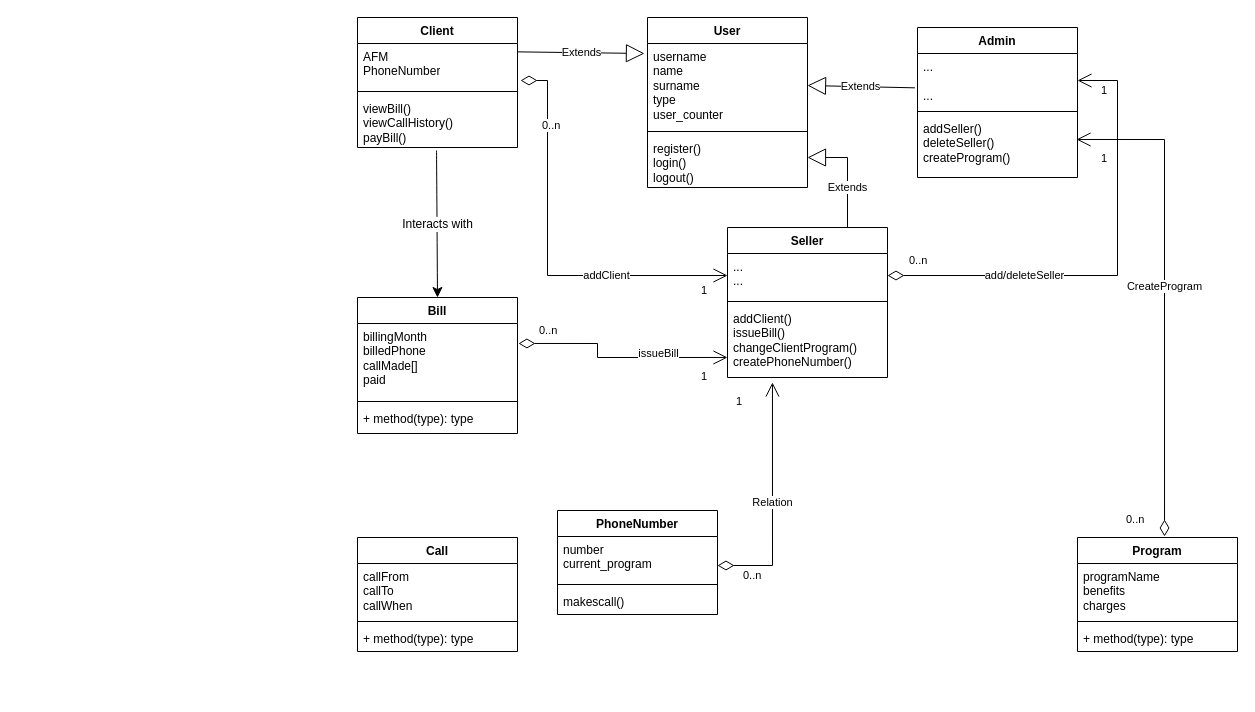
Earlier version of the draw.io diagram Diagram.drawio (dimitry-lzs/webProgramming). Source tidied: cells renumbered, new cells numbered last; positions are measured from the earlier drawing's top-left corner, leaving out a move shared by most shapes. Both pictures are drawn from the tidied source at 100%, with x=0, y=0 at pixel (357, 17).
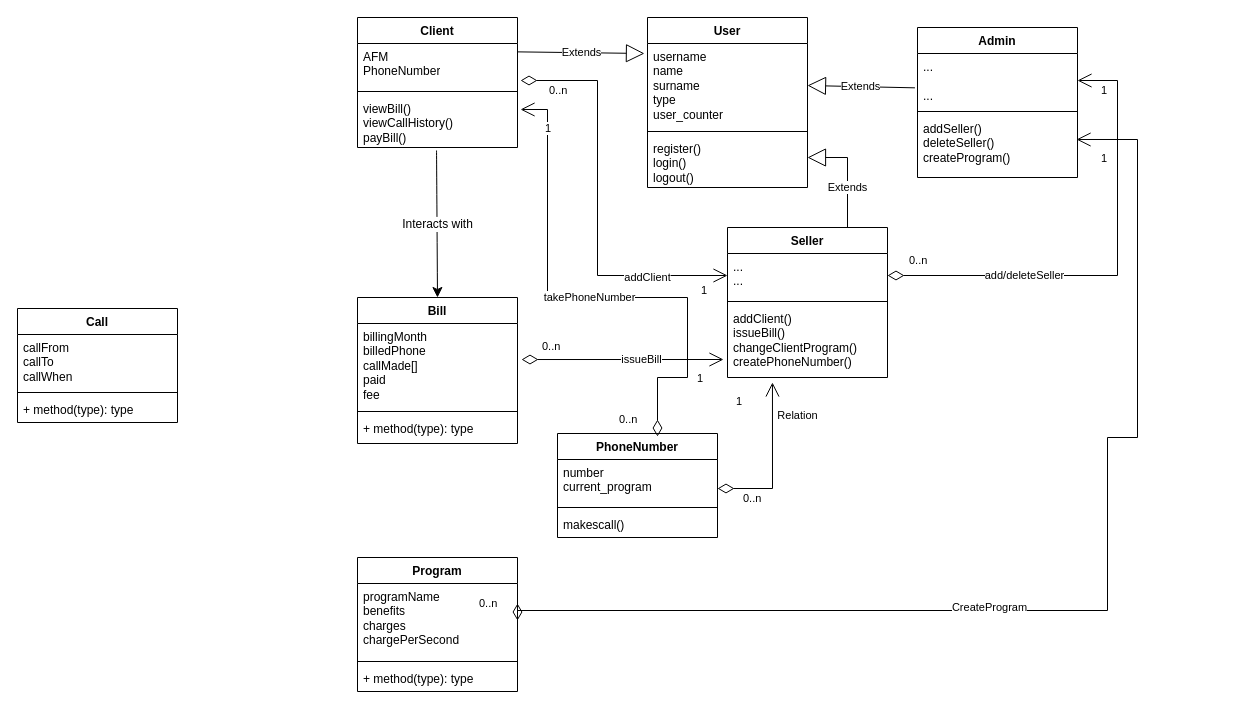
Above is the later version.

Unchanged cells that the change refers to:
```xml
<mxCell id="9" value="addSeller()&lt;div&gt;deleteSeller()&lt;/div&gt;&lt;div&gt;createProgram()&lt;/div&gt;" style="text;strokeColor=none;fillColor=none;align=left;verticalAlign=top;spacingLeft=4;spacingRight=4;overflow=hidden;points=[[0,0.5],[1,0.5]];portConstraint=eastwest;whiteSpace=wrap;html=1;" parent="6" vertex="1">
  <mxGeometry y="88" width="160" height="62" as="geometry" />
</mxCell>
<mxCell id="11" value="AFM&lt;div&gt;PhoneNumber&lt;/div&gt;&lt;div&gt;&lt;br&gt;&lt;/div&gt;" style="text;strokeColor=none;fillColor=none;align=left;verticalAlign=top;spacingLeft=4;spacingRight=4;overflow=hidden;points=[[0,0.5],[1,0.5]];portConstraint=eastwest;whiteSpace=wrap;html=1;" parent="10" vertex="1">
  <mxGeometry y="26" width="160" height="44" as="geometry" />
</mxCell>
<mxCell id="13" value="viewBill()&lt;div&gt;viewCallHistory()&lt;/div&gt;&lt;div&gt;payBill()&lt;/div&gt;" style="text;strokeColor=none;fillColor=none;align=left;verticalAlign=top;spacingLeft=4;spacingRight=4;overflow=hidden;points=[[0,0.5],[1,0.5]];portConstraint=eastwest;whiteSpace=wrap;html=1;" parent="10" vertex="1">
  <mxGeometry y="78" width="160" height="52" as="geometry" />
</mxCell>
<mxCell id="15" value="...&lt;div&gt;...&lt;/div&gt;" style="text;strokeColor=none;fillColor=none;align=left;verticalAlign=top;spacingLeft=4;spacingRight=4;overflow=hidden;points=[[0,0.5],[1,0.5]];portConstraint=eastwest;whiteSpace=wrap;html=1;" parent="14" vertex="1">
  <mxGeometry y="26" width="160" height="44" as="geometry" />
</mxCell>
<mxCell id="17" value="addClient()&lt;div&gt;issueBill()&lt;/div&gt;&lt;div&gt;changeClientProgram()&lt;br&gt;createPhoneNumber()&lt;/div&gt;&lt;div&gt;&lt;br&gt;&lt;/div&gt;" style="text;strokeColor=none;fillColor=none;align=left;verticalAlign=top;spacingLeft=4;spacingRight=4;overflow=hidden;points=[[0,0.5],[1,0.5]];portConstraint=eastwest;whiteSpace=wrap;html=1;" parent="14" vertex="1">
  <mxGeometry y="78" width="160" height="72" as="geometry" />
</mxCell>
<mxCell id="22" value="&lt;div&gt;number&lt;/div&gt;&lt;div&gt;current_program&lt;/div&gt;" style="text;strokeColor=none;fillColor=none;align=left;verticalAlign=top;spacingLeft=4;spacingRight=4;overflow=hidden;points=[[0,0.5],[1,0.5]];portConstraint=eastwest;whiteSpace=wrap;html=1;" parent="21" vertex="1">
  <mxGeometry y="26" width="160" height="44" as="geometry" />
</mxCell>
```

Change to the diagram source:
```diff
@@
     <mxCell id="21" value="PhoneNumber" style="swimlane;fontStyle=1;align=center;verticalAlign=top;horizontal=1;startSize=26;whiteSpace=wrap;html=1;" parent="1" vertex="1">
-      <mxGeometry x="200" y="493" width="160" height="104" as="geometry" />
+      <mxGeometry x="200" y="416" width="160" height="104" as="geometry" />
     </mxCell>
@@
     <mxCell id="25" value="Program" style="swimlane;fontStyle=1;align=center;verticalAlign=top;horizontal=1;startSize=26;whiteSpace=wrap;html=1;" parent="1" vertex="1">
-      <mxGeometry x="720" y="520" width="160" height="114" as="geometry" />
+      <mxGeometry y="540" width="160" height="134" as="geometry" />
     </mxCell>
-    <mxCell id="26" value="programName&lt;div&gt;benefits&lt;/div&gt;&lt;div&gt;charges&lt;/div&gt;" style="text;strokeColor=none;fillColor=none;align=left;verticalAlign=top;spacingLeft=4;spacingRight=4;overflow=hidden;points=[[0,0.5],[1,0.5]];portConstraint=eastwest;whiteSpace=wrap;html=1;" parent="25" vertex="1">
-      <mxGeometry y="26" width="160" height="54" as="geometry" />
+    <mxCell id="26" value="programName&lt;div&gt;benefits&lt;/div&gt;&lt;div&gt;charges&lt;/div&gt;&lt;div&gt;chargePerSecond&lt;/div&gt;" style="text;strokeColor=none;fillColor=none;align=left;verticalAlign=top;spacingLeft=4;spacingRight=4;overflow=hidden;points=[[0,0.5],[1,0.5]];portConstraint=eastwest;whiteSpace=wrap;html=1;" parent="25" vertex="1">
+      <mxGeometry y="26" width="160" height="74" as="geometry" />
     </mxCell>
     <mxCell id="27" style="line;strokeWidth=1;fillColor=none;align=left;verticalAlign=middle;spacingTop=-1;spacingLeft=3;spacingRight=3;labelPosition=right;strokeColor=inherit;" parent="25" vertex="1">
-      <mxGeometry y="80" width="160" height="8" as="geometry" />
+      <mxGeometry y="100" width="160" height="8" as="geometry" />
     </mxCell>
     <mxCell id="28" value="+ method(type): type" style="text;strokeColor=none;fillColor=none;align=left;verticalAlign=top;spacingLeft=4;spacingRight=4;overflow=hidden;whiteSpace=wrap;html=1;" parent="25" vertex="1">
-      <mxGeometry y="88" width="160" height="26" as="geometry" />
+      <mxGeometry y="108" width="160" height="26" as="geometry" />
     </mxCell>
     <mxCell id="29" value="Call" style="swimlane;fontStyle=1;align=center;verticalAlign=top;horizontal=1;startSize=26;whiteSpace=wrap;html=1;" parent="1" vertex="1">
-      <mxGeometry y="520" width="160" height="114" as="geometry" />
+      <mxGeometry x="-340" y="291" width="160" height="114" as="geometry" />
     </mxCell>
@@
     <mxCell id="33" value="Bill" style="swimlane;fontStyle=1;align=center;verticalAlign=top;horizontal=1;startSize=26;whiteSpace=wrap;html=1;" parent="1" vertex="1">
-      <mxGeometry y="280" width="160" height="136" as="geometry" />
+      <mxGeometry y="280" width="160" height="146" as="geometry" />
     </mxCell>
-    <mxCell id="34" value="billingMonth&lt;div&gt;billedPhone&lt;/div&gt;&lt;div&gt;callMade[]&lt;/div&gt;&lt;div&gt;paid&lt;/div&gt;" style="text;strokeColor=none;fillColor=none;align=left;verticalAlign=top;spacingLeft=4;spacingRight=4;overflow=hidden;points=[[0,0.5],[1,0.5]];portConstraint=eastwest;whiteSpace=wrap;html=1;" parent="33" vertex="1">
-      <mxGeometry y="26" width="160" height="74" as="geometry" />
+    <mxCell id="34" value="billingMonth&lt;div&gt;billedPhone&lt;/div&gt;&lt;div&gt;callMade[]&lt;/div&gt;&lt;div&gt;paid&lt;/div&gt;&lt;div&gt;fee&lt;/div&gt;" style="text;strokeColor=none;fillColor=none;align=left;verticalAlign=top;spacingLeft=4;spacingRight=4;overflow=hidden;points=[[0,0.5],[1,0.5]];portConstraint=eastwest;whiteSpace=wrap;html=1;" parent="33" vertex="1">
+      <mxGeometry y="26" width="160" height="84" as="geometry" />
     </mxCell>
     <mxCell id="35" style="line;strokeWidth=1;fillColor=none;align=left;verticalAlign=middle;spacingTop=-1;spacingLeft=3;spacingRight=3;labelPosition=right;strokeColor=inherit;" parent="33" vertex="1">
-      <mxGeometry y="100" width="160" height="8" as="geometry" />
+      <mxGeometry y="110" width="160" height="8" as="geometry" />
     </mxCell>
     <mxCell id="36" value="+ method(type): type" style="text;strokeColor=none;fillColor=none;align=left;verticalAlign=top;spacingLeft=4;spacingRight=4;overflow=hidden;whiteSpace=wrap;html=1;" parent="33" vertex="1">
-      <mxGeometry y="108" width="160" height="28" as="geometry" />
+      <mxGeometry y="118" width="160" height="28" as="geometry" />
     </mxCell>
@@
     <mxCell id="40" value="addClient" style="endArrow=open;html=1;endSize=12;startArrow=diamondThin;startSize=14;startFill=0;edgeStyle=orthogonalEdgeStyle;rounded=0;entryX=0;entryY=0.5;entryDx=0;entryDy=0;exitX=1.019;exitY=0.841;exitDx=0;exitDy=0;exitPerimeter=0;" parent="1" edge="1" source="11" target="15">
-      <mxGeometry x="0.4" relative="1" as="geometry">
+      <mxGeometry x="0.6" y="-2" relative="1" as="geometry">
         <Array as="points">
-          <mxPoint x="190" y="63" />
-          <mxPoint x="190" y="258" />
+          <mxPoint x="240" y="63" />
+          <mxPoint x="240" y="258" />
         </Array>
       </mxGeometry>
     </mxCell>
     <mxCell id="41" value="0..n" style="edgeLabel;html=1;align=left;verticalAlign=top;" parent="40" vertex="1">
       <mxGeometry x="-1" relative="1" as="geometry">
-        <mxPoint x="20" y="32" as="offset" />
+        <mxPoint x="27" y="-3" as="offset" />
       </mxGeometry>
     </mxCell>
@@
     <mxCell id="43" value="Relation" style="endArrow=open;html=1;endSize=12;startArrow=diamondThin;startSize=14;startFill=0;edgeStyle=orthogonalEdgeStyle;rounded=0;exitX=1;exitY=0.659;exitDx=0;exitDy=0;entryX=0.281;entryY=1.069;entryDx=0;entryDy=0;exitPerimeter=0;entryPerimeter=0;" parent="1" edge="1" source="22" target="17">
-      <mxGeometry x="-0.01" relative="1" as="geometry">
+      <mxGeometry x="0.59" y="-25" relative="1" as="geometry">
         <Array as="points">
-          <mxPoint x="415" y="548" />
+          <mxPoint x="415" y="471" />
         </Array>
       </mxGeometry>
     </mxCell>
@@
-    <mxCell id="46" value="issueBill" style="endArrow=open;html=1;endSize=12;startArrow=diamondThin;startSize=14;startFill=0;edgeStyle=orthogonalEdgeStyle;rounded=0;exitX=1.006;exitY=0.27;exitDx=0;exitDy=0;exitPerimeter=0;entryX=0;entryY=0.722;entryDx=0;entryDy=0;entryPerimeter=0;" parent="1" edge="1" source="34" target="17">
-      <mxGeometry x="0.38" y="4" relative="1" as="geometry">
-        <Array as="points">
-          <mxPoint x="240" y="326" />
-          <mxPoint x="240" y="340" />
-        </Array>
-      </mxGeometry>
+    <mxCell id="46" value="issueBill" style="endArrow=open;html=1;endSize=12;startArrow=diamondThin;startSize=14;startFill=0;edgeStyle=orthogonalEdgeStyle;rounded=0;exitX=1.025;exitY=0.429;exitDx=0;exitDy=0;exitPerimeter=0;entryX=-0.025;entryY=0.75;entryDx=0;entryDy=0;entryPerimeter=0;" parent="1" edge="1" source="34" target="17">
+      <mxGeometry x="0.19" relative="1" as="geometry" />
     </mxCell>
@@
-    <mxCell id="49" value="CreateProgram" style="endArrow=open;html=1;endSize=12;startArrow=diamondThin;startSize=14;startFill=0;edgeStyle=orthogonalEdgeStyle;rounded=0;exitX=0.544;exitY=-0.009;exitDx=0;exitDy=0;exitPerimeter=0;entryX=0.994;entryY=0.387;entryDx=0;entryDy=0;entryPerimeter=0;" parent="1" edge="1" source="25" target="9">
-      <mxGeometry x="0.03" relative="1" as="geometry">
+    <mxCell id="49" value="CreateProgram" style="endArrow=open;html=1;endSize=12;startArrow=diamondThin;startSize=14;startFill=0;edgeStyle=orthogonalEdgeStyle;rounded=0;entryX=0.994;entryY=0.387;entryDx=0;entryDy=0;entryPerimeter=0;exitX=1;exitY=0.5;exitDx=0;exitDy=0;" parent="1" edge="1" source="26" target="9">
+      <mxGeometry x="-0.17" y="3" relative="1" as="geometry">
         <Array as="points">
-          <mxPoint x="807" y="122" />
+          <mxPoint x="750" y="593" />
+          <mxPoint x="750" y="420" />
+          <mxPoint x="780" y="420" />
+          <mxPoint x="780" y="122" />
         </Array>
       </mxGeometry>
     </mxCell>
@@
+    <mxCell id="54" value="takePhoneNumber" style="endArrow=open;html=1;endSize=12;startArrow=diamondThin;startSize=14;startFill=0;edgeStyle=orthogonalEdgeStyle;rounded=0;entryX=1.019;entryY=0.269;entryDx=0;entryDy=0;entryPerimeter=0;exitX=0.625;exitY=0.029;exitDx=0;exitDy=0;exitPerimeter=0;" parent="1" edge="1" source="21" target="13">
+      <mxGeometry x="0.02" relative="1" as="geometry">
+        <Array as="points">
+          <mxPoint x="300" y="360" />
+          <mxPoint x="330" y="360" />
+          <mxPoint x="330" y="280" />
+          <mxPoint x="190" y="280" />
+          <mxPoint x="190" y="92" />
+        </Array>
+      </mxGeometry>
+    </mxCell>
+    <mxCell id="55" value="0..n" style="edgeLabel;html=1;align=left;verticalAlign=top;" parent="54" vertex="1">
+      <mxGeometry x="-1" relative="1" as="geometry">
+        <mxPoint x="-40" y="-30" as="offset" />
+      </mxGeometry>
+    </mxCell>
+    <mxCell id="56" value="1" style="edgeLabel;html=1;align=right;verticalAlign=top;" parent="54" vertex="1">
+      <mxGeometry x="1" relative="1" as="geometry">
+        <mxPoint x="31" y="6" as="offset" />
+      </mxGeometry>
+    </mxCell>
```
